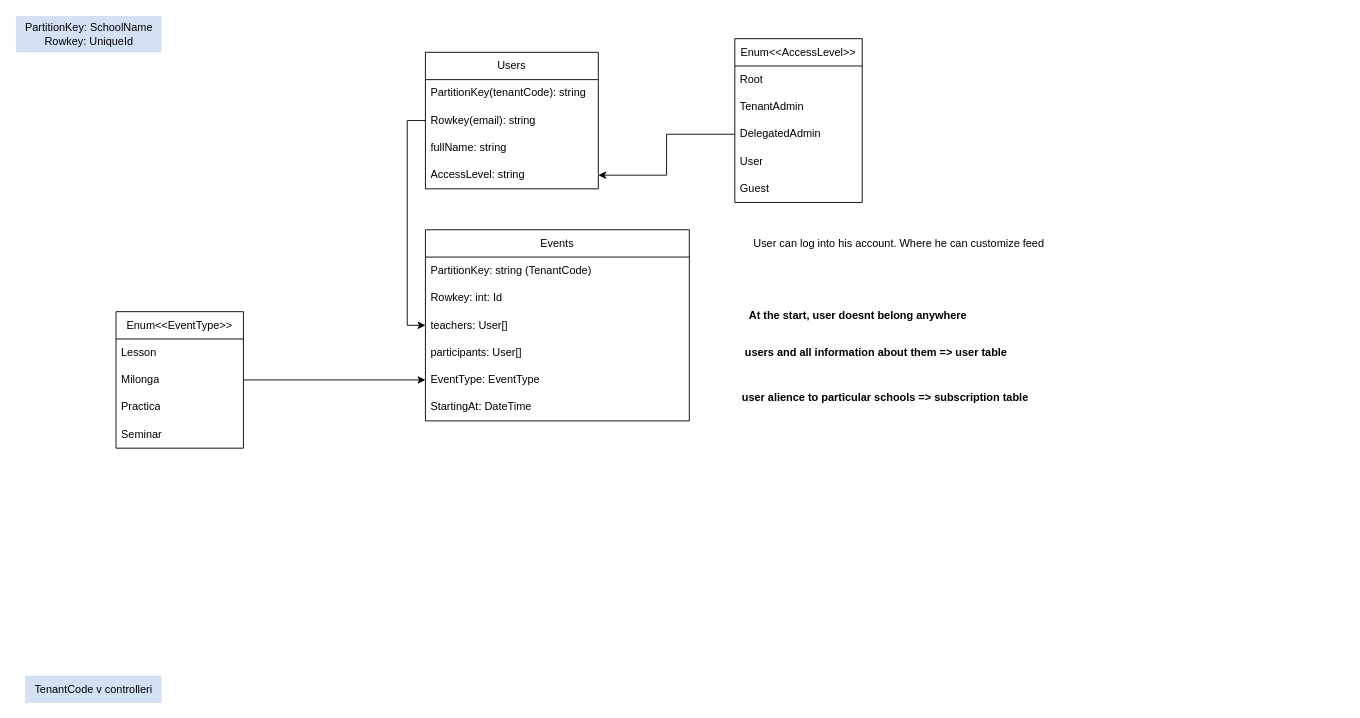
NicolasMacak/ActivityRegistrator.BE keeps this draw.io diagram as Diagrams/Database.drawio. Above is the earlier version. Source tidied: cells renumbered, new cells numbered last; positions are measured from the earlier drawing's top-left corner, leaving out a move shared by most shapes. Both pictures are drawn from the tidied source at 91%, with x=0, y=0 at pixel (15, 15).
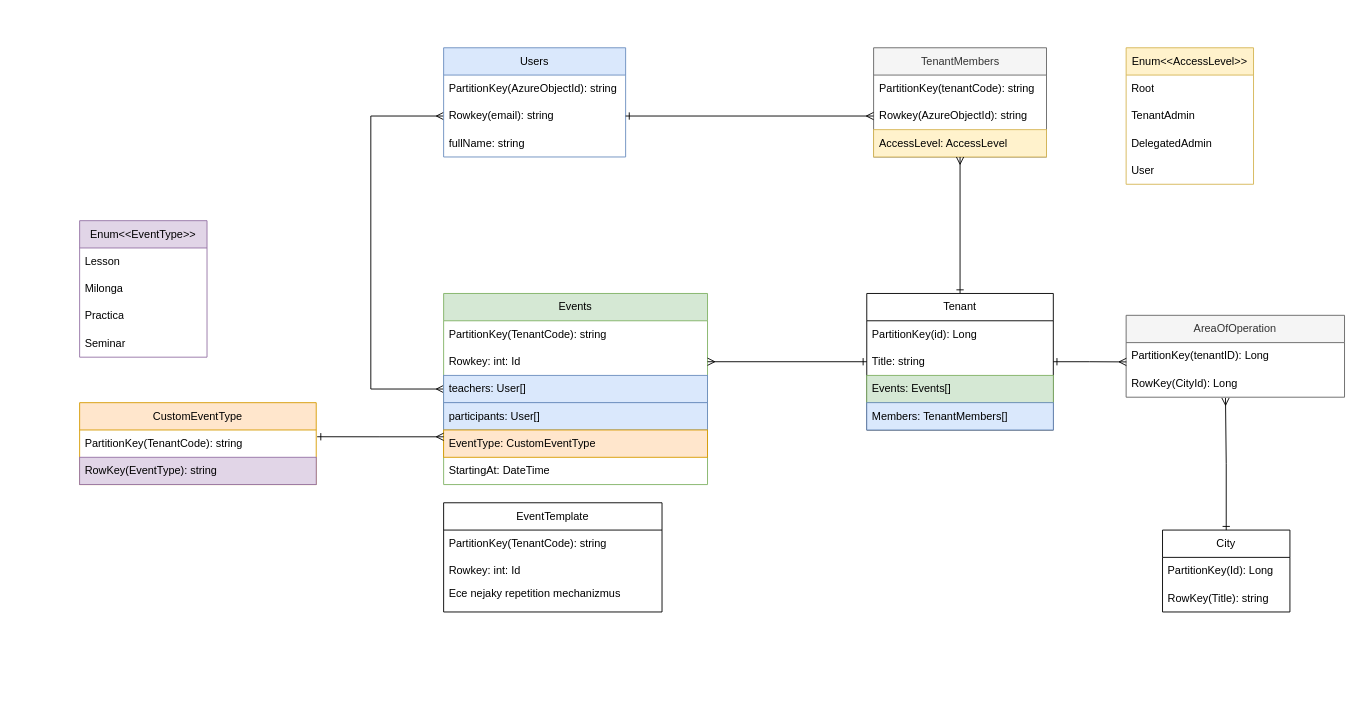
After the change.

Unchanged cells that the change refers to:
```xml
<mxCell id="10" value="Rowkey: int: Id" style="text;strokeColor=none;fillColor=none;align=left;verticalAlign=middle;spacingLeft=4;spacingRight=4;overflow=hidden;points=[[0,0.5],[1,0.5]];portConstraint=eastwest;whiteSpace=wrap;html=1;" parent="8" vertex="1">
  <mxGeometry y="60" width="290" height="30" as="geometry" />
</mxCell>
<mxCell id="17" value="Milonga" style="text;strokeColor=none;fillColor=none;align=left;verticalAlign=middle;spacingLeft=4;spacingRight=4;overflow=hidden;points=[[0,0.5],[1,0.5]];portConstraint=eastwest;whiteSpace=wrap;html=1;" parent="15" vertex="1">
  <mxGeometry y="60" width="140" height="30" as="geometry" />
</mxCell>
<mxCell id="25" value="DelegatedAdmin" style="text;strokeColor=none;fillColor=none;align=left;verticalAlign=middle;spacingLeft=4;spacingRight=4;overflow=hidden;points=[[0,0.5],[1,0.5]];portConstraint=eastwest;whiteSpace=wrap;html=1;" parent="22" vertex="1">
  <mxGeometry y="90" width="140" height="30" as="geometry" />
</mxCell>
```

What changed in the source:
```diff
@@
-    <mxCell id="2" value="PartitionKey: SchoolName&lt;div&gt;Rowkey: UniqueId&lt;/div&gt;" style="text;html=1;align=center;verticalAlign=middle;strokeColor=none;fillColor=#D4E1F5;" parent="1" vertex="1">
-      <mxGeometry width="160" height="40" as="geometry" />
-    </mxCell>
-    <mxCell id="3" value="Users" style="swimlane;fontStyle=0;horizontal=1;startSize=30;whiteSpace=wrap;html=1;" parent="1" vertex="1">
-      <mxGeometry x="450" y="40" width="190" height="150" as="geometry" />
+    <mxCell id="3" value="TenantMembers" style="swimlane;fontStyle=0;horizontal=1;startSize=30;whiteSpace=wrap;html=1;fillColor=#f5f5f5;fontColor=#333333;strokeColor=#666666;" parent="1" vertex="1">
+      <mxGeometry x="942.5" y="35" width="190" height="120" as="geometry" />
     </mxCell>
@@
-    <mxCell id="5" value="Rowkey(email): string&amp;nbsp;" style="text;strokeColor=none;fillColor=none;align=left;verticalAlign=middle;spacingLeft=4;spacingRight=4;overflow=hidden;points=[[0,0.5],[1,0.5]];portConstraint=eastwest;whiteSpace=wrap;html=1;" parent="3" vertex="1">
+    <mxCell id="5" value="Rowkey(AzureObjectId): string&amp;nbsp;" style="text;strokeColor=none;fillColor=none;align=left;verticalAlign=middle;spacingLeft=4;spacingRight=4;overflow=hidden;points=[[0,0.5],[1,0.5]];portConstraint=eastwest;whiteSpace=wrap;html=1;" parent="3" vertex="1">
       <mxGeometry y="60" width="190" height="30" as="geometry" />
     </mxCell>
-    <mxCell id="6" value="fullName: string&amp;nbsp;" style="text;strokeColor=none;fillColor=none;align=left;verticalAlign=middle;spacingLeft=4;spacingRight=4;overflow=hidden;whiteSpace=wrap;html=1;" parent="3" vertex="1">
-      <mxGeometry y="90" width="190" height="30" as="geometry" />
-    </mxCell>
-    <mxCell id="7" value="AccessLevel: string&amp;nbsp;" style="text;strokeColor=none;fillColor=none;align=left;verticalAlign=middle;spacingLeft=4;spacingRight=4;overflow=hidden;points=[[0,0.5],[1,0.5]];portConstraint=eastwest;whiteSpace=wrap;html=1;" parent="3" vertex="1">
-      <mxGeometry y="120" width="190" height="30" as="geometry" />
+    <mxCell id="7" value="AccessLevel: AccessLevel" style="text;strokeColor=#d6b656;fillColor=#fff2cc;align=left;verticalAlign=middle;spacingLeft=4;spacingRight=4;overflow=hidden;points=[[0,0.5],[1,0.5]];portConstraint=eastwest;whiteSpace=wrap;html=1;" parent="3" vertex="1">
+      <mxGeometry y="90" width="190" height="30" as="geometry" />
     </mxCell>
+    <mxCell id="34" style="edgeStyle=orthogonalEdgeStyle;rounded=0;jettySize=auto;html=1;exitX=0;exitY=0.5;exitDx=0;exitDy=0;entryX=0;entryY=0.5;entryDx=0;entryDy=0;endArrow=ERmany;endFill=0;startArrow=ERmany;startFill=0;" parent="1" edge="1" source="8" target="40">
+      <mxGeometry relative="1" as="geometry">
+        <Array as="points">
+          <mxPoint x="390" y="410" />
+          <mxPoint x="390" y="110" />
+        </Array>
+      </mxGeometry>
+    </mxCell>
-    <mxCell id="8" value="Events" style="swimlane;fontStyle=0;horizontal=1;startSize=30;whiteSpace=wrap;html=1;" parent="1" vertex="1">
-      <mxGeometry x="450" y="235" width="290" height="210" as="geometry" />
+    <mxCell id="8" value="Events" style="swimlane;fontStyle=0;horizontal=1;startSize=30;whiteSpace=wrap;html=1;fillColor=#d5e8d4;strokeColor=#82b366;" parent="1" vertex="1">
+      <mxGeometry x="470" y="305" width="290" height="210" as="geometry" />
     </mxCell>
-    <mxCell id="9" value="PartitionKey: string (TenantCode)" style="text;strokeColor=none;fillColor=none;align=left;verticalAlign=middle;spacingLeft=4;spacingRight=4;overflow=hidden;whiteSpace=wrap;html=1;" parent="8" vertex="1">
+    <mxCell id="9" value="PartitionKey(TenantCode): string" style="text;strokeColor=none;fillColor=none;align=left;verticalAlign=middle;spacingLeft=4;spacingRight=4;overflow=hidden;whiteSpace=wrap;html=1;" parent="8" vertex="1">
       <mxGeometry y="30" width="290" height="30" as="geometry" />
     </mxCell>
@@
-    <mxCell id="11" value="teachers: User[]" style="text;strokeColor=none;fillColor=none;align=left;verticalAlign=middle;spacingLeft=4;spacingRight=4;overflow=hidden;points=[[0,0.5],[1,0.5]];portConstraint=eastwest;whiteSpace=wrap;html=1;" parent="8" vertex="1">
+    <mxCell id="11" value="teachers: User[]" style="text;strokeColor=#6c8ebf;fillColor=#dae8fc;align=left;verticalAlign=middle;spacingLeft=4;spacingRight=4;overflow=hidden;points=[[0,0.5],[1,0.5]];portConstraint=eastwest;whiteSpace=wrap;html=1;" parent="8" vertex="1">
       <mxGeometry y="90" width="290" height="30" as="geometry" />
     </mxCell>
-    <mxCell id="12" value="participants: User[]" style="text;strokeColor=none;fillColor=none;align=left;verticalAlign=middle;spacingLeft=4;spacingRight=4;overflow=hidden;whiteSpace=wrap;html=1;" parent="8" vertex="1">
+    <mxCell id="12" value="participants: User[]" style="text;strokeColor=#6c8ebf;fillColor=#dae8fc;align=left;verticalAlign=middle;spacingLeft=4;spacingRight=4;overflow=hidden;whiteSpace=wrap;html=1;" parent="8" vertex="1">
       <mxGeometry y="120" width="290" height="30" as="geometry" />
     </mxCell>
-    <mxCell id="13" value="EventType: EventType" style="text;strokeColor=none;fillColor=none;align=left;verticalAlign=middle;spacingLeft=4;spacingRight=4;overflow=hidden;points=[[0,0.5],[1,0.5]];portConstraint=eastwest;whiteSpace=wrap;html=1;" parent="8" vertex="1">
+    <mxCell id="13" value="EventType: CustomEventType" style="text;strokeColor=#d79b00;fillColor=#ffe6cc;align=left;verticalAlign=middle;spacingLeft=4;spacingRight=4;overflow=hidden;points=[[0,0.5],[1,0.5]];portConstraint=eastwest;whiteSpace=wrap;html=1;" parent="8" vertex="1">
       <mxGeometry y="150" width="290" height="30" as="geometry" />
     </mxCell>
@@
-    <mxCell id="15" value="Enum&amp;lt;&amp;lt;EventType&amp;gt;&amp;gt;" style="swimlane;fontStyle=0;horizontal=1;startSize=30;whiteSpace=wrap;html=1;" parent="1" vertex="1">
-      <mxGeometry x="110" y="325" width="140" height="150" as="geometry" />
+    <mxCell id="15" value="Enum&amp;lt;&amp;lt;EventType&amp;gt;&amp;gt;" style="swimlane;fontStyle=0;horizontal=1;startSize=30;whiteSpace=wrap;html=1;fillColor=#e1d5e7;strokeColor=#9673a6;" parent="1" vertex="1">
+      <mxGeometry x="70" y="225" width="140" height="150" as="geometry" />
     </mxCell>
@@
-    <mxCell id="20" style="edgeStyle=orthogonalEdgeStyle;rounded=0;jettySize=auto;html=1;exitX=0;exitY=0.5;exitDx=0;exitDy=0;entryX=0;entryY=0.5;entryDx=0;entryDy=0;strokeColor=default;" parent="1" edge="1" source="5" target="11">
-      <mxGeometry relative="1" as="geometry" />
-    </mxCell>
-    <mxCell id="21" value="TenantCode v controlleri" style="text;html=1;align=center;verticalAlign=middle;strokeColor=none;fillColor=#D4E1F5;" parent="1" vertex="1">
-      <mxGeometry x="10" y="725" width="150" height="30" as="geometry" />
-    </mxCell>
-    <mxCell id="22" value="Enum&amp;lt;&amp;lt;AccessLevel&amp;gt;&amp;gt;" style="swimlane;fontStyle=0;horizontal=1;startSize=30;whiteSpace=wrap;html=1;" parent="1" vertex="1">
-      <mxGeometry x="790" y="25" width="140" height="180" as="geometry" />
+    <mxCell id="22" value="Enum&amp;lt;&amp;lt;AccessLevel&amp;gt;&amp;gt;" style="swimlane;fontStyle=0;horizontal=1;startSize=30;whiteSpace=wrap;html=1;fillColor=#fff2cc;strokeColor=#d6b656;" parent="1" vertex="1">
+      <mxGeometry x="1220" y="35" width="140" height="150" as="geometry" />
     </mxCell>
@@
-    <mxCell id="27" value="Guest" style="text;strokeColor=none;fillColor=none;align=left;verticalAlign=middle;spacingLeft=4;spacingRight=4;overflow=hidden;whiteSpace=wrap;html=1;" parent="22" vertex="1">
-      <mxGeometry y="150" width="140" height="30" as="geometry" />
-    </mxCell>
-    <mxCell id="28" style="edgeStyle=orthogonalEdgeStyle;rounded=0;jettySize=auto;html=1;exitX=0;exitY=0.5;exitDx=0;exitDy=0;entryX=1;entryY=0.5;entryDx=0;entryDy=0;" parent="1" edge="1" source="25" target="7">
-      <mxGeometry relative="1" as="geometry" />
-    </mxCell>
-    <mxCell id="29" style="edgeStyle=orthogonalEdgeStyle;rounded=0;jettySize=auto;html=1;exitX=1;exitY=0.5;exitDx=0;exitDy=0;entryX=0;entryY=0.5;entryDx=0;entryDy=0;" parent="1" edge="1" source="17" target="13">
-      <mxGeometry relative="1" as="geometry" />
-    </mxCell>
-    <mxCell id="30" value="&lt;div&gt;User can log into his account. Where he can customize feed&lt;/div&gt;" style="text;html=1;align=center;verticalAlign=middle;strokeColor=none;fillColor=none;" parent="1" vertex="1">
-      <mxGeometry x="800" y="235" width="340" height="30" as="geometry" />
-    </mxCell>
-    <mxCell id="31" value="users and all information about them =&amp;gt; user table" style="text;html=1;align=center;verticalAlign=middle;strokeColor=none;fillColor=none;fontStyle=1;" parent="1" vertex="1">
-      <mxGeometry x="800" y="355" width="290" height="30" as="geometry" />
-    </mxCell>
-    <mxCell id="32" value="user alience to particular schools =&amp;gt; subscription table" style="text;html=1;align=center;verticalAlign=middle;strokeColor=none;fillColor=none;fontStyle=1;" parent="1" vertex="1">
-      <mxGeometry x="800" y="405" width="310" height="30" as="geometry" />
-    </mxCell>
-    <mxCell id="33" value="At the start, user doesnt belong anywhere" style="text;html=1;align=center;verticalAlign=middle;strokeColor=none;fillColor=none;fontStyle=1;" parent="1" vertex="1">
-      <mxGeometry x="800" y="315" width="250" height="30" as="geometry" />
-    </mxCell>
+    <mxCell id="35" value="CustomEventType" style="swimlane;fontStyle=0;horizontal=1;startSize=30;whiteSpace=wrap;html=1;fillColor=#ffe6cc;strokeColor=#d79b00;" parent="1" vertex="1">
+      <mxGeometry x="70" y="425" width="260" height="90" as="geometry" />
+    </mxCell>
+    <mxCell id="36" value="PartitionKey(TenantCode): string" style="text;strokeColor=none;fillColor=none;align=left;verticalAlign=middle;spacingLeft=4;spacingRight=4;overflow=hidden;points=[[0,0.5],[1,0.5]];portConstraint=eastwest;whiteSpace=wrap;html=1;" parent="35" vertex="1">
+      <mxGeometry y="30" width="260" height="30" as="geometry" />
+    </mxCell>
+    <mxCell id="37" value="RowKey(EventType): string" style="text;strokeColor=#9673a6;fillColor=#e1d5e7;align=left;verticalAlign=middle;spacingLeft=4;spacingRight=4;overflow=hidden;whiteSpace=wrap;html=1;" parent="35" vertex="1">
+      <mxGeometry y="60" width="260" height="30" as="geometry" />
+    </mxCell>
+    <mxCell id="38" value="Users" style="swimlane;fontStyle=0;horizontal=1;startSize=30;whiteSpace=wrap;html=1;fillColor=#dae8fc;strokeColor=#6c8ebf;" parent="1" vertex="1">
+      <mxGeometry x="470" y="35" width="200" height="120" as="geometry" />
+    </mxCell>
+    <mxCell id="39" value="PartitionKey(AzureObjectId): string" style="text;strokeColor=none;fillColor=none;align=left;verticalAlign=middle;spacingLeft=4;spacingRight=4;overflow=hidden;whiteSpace=wrap;html=1;" parent="38" vertex="1">
+      <mxGeometry y="30" width="200" height="30" as="geometry" />
+    </mxCell>
+    <mxCell id="40" value="Rowkey(email): string&amp;nbsp;" style="text;strokeColor=none;fillColor=none;align=left;verticalAlign=middle;spacingLeft=4;spacingRight=4;overflow=hidden;points=[[0,0.5],[1,0.5]];portConstraint=eastwest;whiteSpace=wrap;html=1;" parent="38" vertex="1">
+      <mxGeometry y="60" width="200" height="30" as="geometry" />
+    </mxCell>
+    <mxCell id="6" value="fullName: string" style="text;strokeColor=none;fillColor=none;align=left;verticalAlign=middle;spacingLeft=4;spacingRight=4;overflow=hidden;whiteSpace=wrap;html=1;" parent="38" vertex="1">
+      <mxGeometry y="90" width="200" height="30" as="geometry" />
+    </mxCell>
+    <mxCell id="41" style="edgeStyle=orthogonalEdgeStyle;rounded=0;jettySize=auto;html=1;exitX=0.5;exitY=0;exitDx=0;exitDy=0;entryX=0.5;entryY=1;entryDx=0;entryDy=0;endArrow=ERmany;endFill=0;startArrow=ERone;startFill=0;" parent="1" edge="1" source="42" target="3">
+      <mxGeometry relative="1" as="geometry" />
+    </mxCell>
+    <mxCell id="42" value="Tenant" style="swimlane;fontStyle=0;horizontal=1;startSize=30;whiteSpace=wrap;html=1;" parent="1" vertex="1">
+      <mxGeometry x="935" y="305" width="205" height="150" as="geometry" />
+    </mxCell>
+    <mxCell id="43" value="PartitionKey(id): Long" style="text;strokeColor=none;fillColor=none;align=left;verticalAlign=middle;spacingLeft=4;spacingRight=4;overflow=hidden;whiteSpace=wrap;html=1;" parent="42" vertex="1">
+      <mxGeometry y="30" width="205" height="30" as="geometry" />
+    </mxCell>
+    <mxCell id="44" value="Title: string" style="text;strokeColor=none;fillColor=none;align=left;verticalAlign=middle;spacingLeft=4;spacingRight=4;overflow=hidden;points=[[0,0.5],[1,0.5]];portConstraint=eastwest;whiteSpace=wrap;html=1;" parent="42" vertex="1">
+      <mxGeometry y="60" width="205" height="30" as="geometry" />
+    </mxCell>
+    <mxCell id="45" value="Events: Events[]" style="text;strokeColor=#82b366;fillColor=#d5e8d4;align=left;verticalAlign=middle;spacingLeft=4;spacingRight=4;overflow=hidden;whiteSpace=wrap;html=1;" parent="42" vertex="1">
+      <mxGeometry y="90" width="205" height="30" as="geometry" />
+    </mxCell>
+    <mxCell id="46" value="Members: TenantMembers[]" style="text;strokeColor=#6c8ebf;fillColor=#dae8fc;align=left;verticalAlign=middle;spacingLeft=4;spacingRight=4;overflow=hidden;whiteSpace=wrap;html=1;" parent="42" vertex="1">
+      <mxGeometry y="120" width="205" height="30" as="geometry" />
+    </mxCell>
+    <mxCell id="47" style="edgeStyle=orthogonalEdgeStyle;rounded=0;jettySize=auto;html=1;exitX=1;exitY=0.5;exitDx=0;exitDy=0;endArrow=ERmany;endFill=0;entryX=0;entryY=0.5;entryDx=0;entryDy=0;startArrow=ERone;startFill=0;" parent="1" edge="1" source="40" target="5">
+      <mxGeometry relative="1" as="geometry" />
+    </mxCell>
+    <mxCell id="48" style="edgeStyle=orthogonalEdgeStyle;rounded=0;jettySize=auto;html=1;exitX=0;exitY=0.5;exitDx=0;exitDy=0;entryX=1;entryY=0.5;entryDx=0;entryDy=0;endArrow=ERmany;endFill=0;startArrow=ERone;startFill=0;" parent="1" edge="1" source="44" target="10">
+      <mxGeometry relative="1" as="geometry" />
+    </mxCell>
+    <mxCell id="49" style="edgeStyle=orthogonalEdgeStyle;rounded=0;jettySize=auto;html=1;exitX=0;exitY=0.75;exitDx=0;exitDy=0;entryX=1.004;entryY=0.248;entryDx=0;entryDy=0;entryPerimeter=0;endArrow=ERone;endFill=0;startArrow=ERmany;startFill=0;" parent="1" edge="1" source="8" target="36">
+      <mxGeometry relative="1" as="geometry" />
+    </mxCell>
+    <mxCell id="50" value="City" style="swimlane;fontStyle=0;horizontal=1;startSize=30;whiteSpace=wrap;html=1;" parent="1" vertex="1">
+      <mxGeometry x="1260" y="565" width="140" height="90" as="geometry" />
+    </mxCell>
+    <mxCell id="51" value="PartitionKey(Id): Long" style="text;strokeColor=none;fillColor=none;align=left;verticalAlign=middle;spacingLeft=4;spacingRight=4;overflow=hidden;whiteSpace=wrap;html=1;" parent="50" vertex="1">
+      <mxGeometry y="30" width="140" height="30" as="geometry" />
+    </mxCell>
+    <mxCell id="52" value="RowKey(Title): string" style="text;strokeColor=none;fillColor=none;align=left;verticalAlign=middle;spacingLeft=4;spacingRight=4;overflow=hidden;whiteSpace=wrap;html=1;" parent="50" vertex="1">
+      <mxGeometry y="60" width="140" height="30" as="geometry" />
+    </mxCell>
+    <mxCell id="53" value="AreaOfOperation" style="swimlane;fontStyle=0;horizontal=1;startSize=30;whiteSpace=wrap;html=1;fillColor=#f5f5f5;fontColor=#333333;strokeColor=#666666;" parent="1" vertex="1">
+      <mxGeometry x="1220" y="329" width="240" height="90" as="geometry" />
+    </mxCell>
+    <mxCell id="54" value="PartitionKey(tenantID): Long" style="text;strokeColor=none;fillColor=none;align=left;verticalAlign=middle;spacingLeft=4;spacingRight=4;overflow=hidden;points=[[0,0.5],[1,0.5]];portConstraint=eastwest;whiteSpace=wrap;html=1;" parent="53" vertex="1">
+      <mxGeometry y="30" width="240" height="30" as="geometry" />
+    </mxCell>
+    <mxCell id="55" value="RowKey(CityId): Long" style="text;strokeColor=none;fillColor=none;align=left;verticalAlign=middle;spacingLeft=4;spacingRight=4;overflow=hidden;points=[[0,0.5],[1,0.5]];portConstraint=eastwest;whiteSpace=wrap;html=1;" parent="53" vertex="1">
+      <mxGeometry y="60" width="240" height="30" as="geometry" />
+    </mxCell>
+    <mxCell id="56" style="edgeStyle=orthogonalEdgeStyle;rounded=0;jettySize=auto;html=1;endArrow=ERmany;endFill=0;startArrow=ERone;startFill=0;entryX=0.455;entryY=1.026;entryDx=0;entryDy=0;entryPerimeter=0;exitX=0.5;exitY=0;exitDx=0;exitDy=0;" parent="1" edge="1" source="50" target="55">
+      <mxGeometry relative="1" as="geometry" />
+    </mxCell>
+    <mxCell id="57" style="edgeStyle=orthogonalEdgeStyle;rounded=0;jettySize=auto;html=1;exitX=1;exitY=0.5;exitDx=0;exitDy=0;endArrow=ERmany;endFill=0;startArrow=ERone;startFill=0;entryX=0.001;entryY=0.707;entryDx=0;entryDy=0;entryPerimeter=0;" parent="1" edge="1" source="44" target="54">
+      <mxGeometry relative="1" as="geometry" />
+    </mxCell>
+    <mxCell id="58" value="EventTemplate" style="swimlane;fontStyle=0;horizontal=1;startSize=30;whiteSpace=wrap;html=1;" parent="1" vertex="1">
+      <mxGeometry x="470" y="535" width="240" height="120" as="geometry" />
+    </mxCell>
+    <mxCell id="59" value="PartitionKey(TenantCode): string" style="text;strokeColor=none;fillColor=none;align=left;verticalAlign=middle;spacingLeft=4;spacingRight=4;overflow=hidden;whiteSpace=wrap;html=1;" parent="58" vertex="1">
+      <mxGeometry y="30" width="240" height="30" as="geometry" />
+    </mxCell>
+    <mxCell id="60" value="Rowkey: int: Id" style="text;strokeColor=none;fillColor=none;align=left;verticalAlign=middle;spacingLeft=4;spacingRight=4;overflow=hidden;whiteSpace=wrap;html=1;" parent="58" vertex="1">
+      <mxGeometry y="60" width="240" height="30" as="geometry" />
+    </mxCell>
+    <mxCell id="61" value="Ece nejaky repetition mechanizmus&lt;div&gt;&lt;br&gt;&lt;/div&gt;" style="text;strokeColor=none;fillColor=none;align=left;verticalAlign=middle;spacingLeft=4;spacingRight=4;overflow=hidden;whiteSpace=wrap;html=1;" parent="58" vertex="1">
+      <mxGeometry y="90" width="240" height="30" as="geometry" />
+    </mxCell>
```
